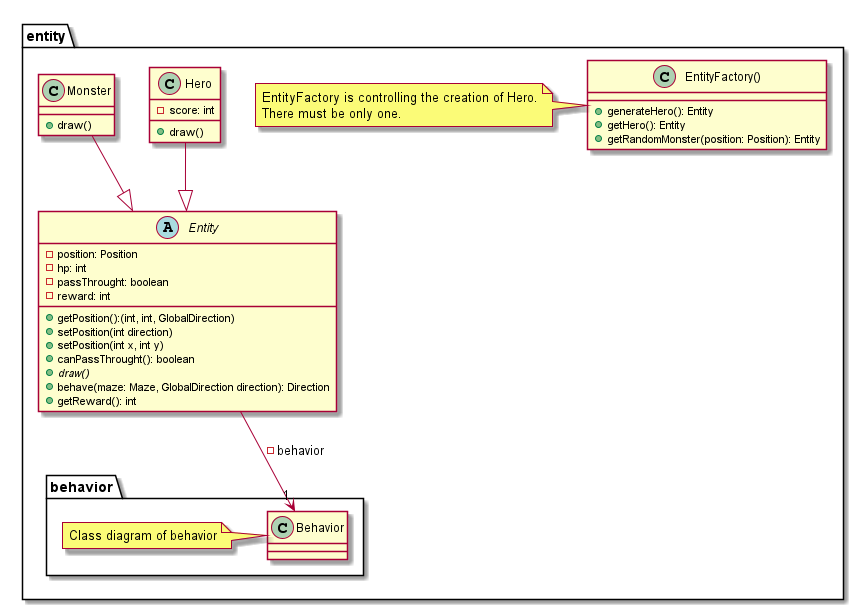
Before: doc/second_sprint/diagrams/class/character.png, a diagram exported from PlantUML (Reynault/ACL_2019_Zelpop).
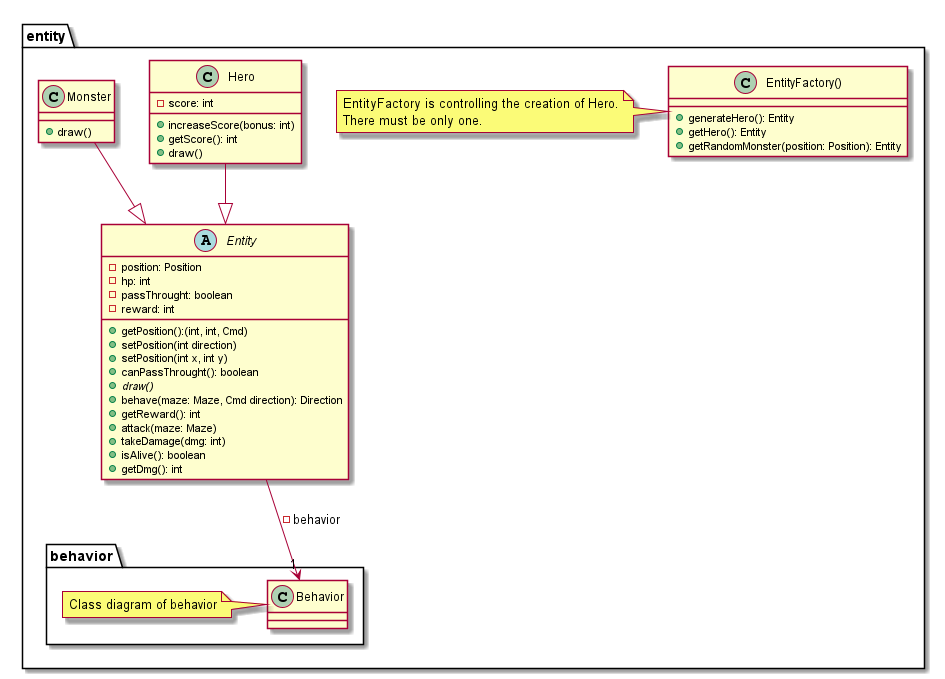
Later version of the same file.

What changed in the source:
```diff
@@ -7,17 +7,23 @@
         - hp: int
         - passThrought: boolean
         - reward: int
-        + getPosition():(int, int, GlobalDirection)
+        + getPosition():(int, int, Cmd)
         + setPosition(int direction)
         + setPosition(int x, int y)
         + canPassThrought(): boolean
         + {abstract} draw()
-        + behave(maze: Maze, GlobalDirection direction): Direction
+        + behave(maze: Maze, Cmd direction): Direction
         + getReward(): int
+        + attack(maze: Maze)
+        + takeDamage(dmg: int)
+        + isAlive(): boolean
+        + getDmg(): int
     }
 
     class Hero {
         - score: int
+        + increaseScore(bonus: int)
+        + getScore(): int
         + draw()
     }
 
```
